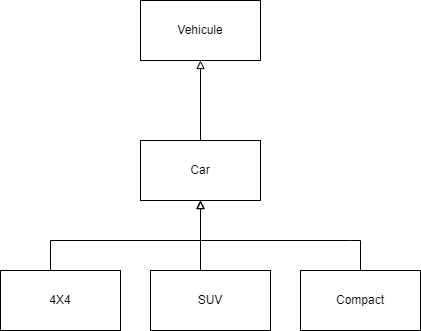
This is creational/factory/diagrams/factory_inheritance.drawio.png from vinceAmstoutz/design-patterns, a draw.io export, as it was before one commit. Source tidied: cells renumbered, new cells last; positions are measured from the earlier drawing's top-left corner, leaving out a move shared by most shapes. Its diagram source:
```xml
<mxGraphModel background="#ffffff">
  <root>
    <mxCell id="0" />
    <mxCell id="1" parent="0" />
    <mxCell id="2" style="edgeStyle=orthogonalEdgeStyle;html=1;endArrow=block;endFill=0;rounded=0;strokeColor=#000000;" parent="1" edge="1" source="6" target="3">
      <mxGeometry relative="1" as="geometry">
        <Array as="points">
          <mxPoint x="200" y="140" />
          <mxPoint x="200" y="140" />
        </Array>
      </mxGeometry>
    </mxCell>
    <mxCell id="3" value="Vehicule" style="whiteSpace=wrap;html=1;" parent="1" vertex="1">
      <mxGeometry x="140" width="120" height="60" as="geometry" />
    </mxCell>
    <mxCell id="4" style="edgeStyle=orthogonalEdgeStyle;shape=connector;rounded=0;html=1;labelBackgroundColor=default;fontFamily=Helvetica;fontSize=11;fontColor=default;endArrow=block;endFill=0;strokeColor=#000000;" parent="1" edge="1" source="7" target="6">
      <mxGeometry relative="1" as="geometry">
        <Array as="points">
          <mxPoint x="50" y="240" />
          <mxPoint x="200" y="240" />
        </Array>
      </mxGeometry>
    </mxCell>
    <mxCell id="5" style="edgeStyle=orthogonalEdgeStyle;shape=connector;rounded=0;html=1;labelBackgroundColor=default;fontFamily=Helvetica;fontSize=11;fontColor=default;endArrow=block;endFill=0;strokeColor=#000000;entryX=0.5;entryY=1;entryDx=0;entryDy=0;exitX=0.5;exitY=0;exitDx=0;exitDy=0;" parent="1" edge="1" source="10" target="6">
      <mxGeometry relative="1" as="geometry">
        <Array as="points">
          <mxPoint x="350" y="240" />
          <mxPoint x="130" y="240" />
        </Array>
      </mxGeometry>
    </mxCell>
    <mxCell id="6" value="Car" style="whiteSpace=wrap;html=1;" parent="1" vertex="1">
      <mxGeometry x="140" y="140" width="120" height="60" as="geometry" />
    </mxCell>
    <mxCell id="7" value="4X4" style="whiteSpace=wrap;html=1;" parent="1" vertex="1">
      <mxGeometry y="270" width="120" height="60" as="geometry" />
    </mxCell>
    <mxCell id="8" style="edgeStyle=orthogonalEdgeStyle;shape=connector;rounded=0;html=1;exitX=0.5;exitY=0;exitDx=0;exitDy=0;entryX=0.5;entryY=1;entryDx=0;entryDy=0;labelBackgroundColor=default;fontFamily=Helvetica;fontSize=11;fontColor=default;endArrow=block;endFill=0;strokeColor=#000000;" parent="1" edge="1" source="9" target="6">
      <mxGeometry relative="1" as="geometry">
        <Array as="points">
          <mxPoint x="200" y="270" />
        </Array>
      </mxGeometry>
    </mxCell>
    <mxCell id="9" value="SUV" style="whiteSpace=wrap;html=1;" parent="1" vertex="1">
      <mxGeometry x="150" y="270" width="120" height="60" as="geometry" />
    </mxCell>
    <mxCell id="10" value="Compact" style="whiteSpace=wrap;html=1;" parent="1" vertex="1">
      <mxGeometry x="300" y="270" width="120" height="60" as="geometry" />
    </mxCell>
  </root>
</mxGraphModel>
```
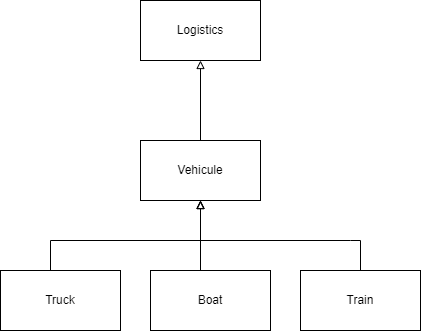
Later version of the same file.

Commit message:
up : class name changed to be more intuitive

What changed in the source:
```diff
@@ -10,7 +10,7 @@
         </Array>
       </mxGeometry>
     </mxCell>
-    <mxCell id="3" value="Vehicule" style="whiteSpace=wrap;html=1;" parent="1" vertex="1">
+    <mxCell id="3" value="Logistics" style="whiteSpace=wrap;html=1;" parent="1" vertex="1">
       <mxGeometry x="140" width="120" height="60" as="geometry" />
     </mxCell>
     <mxCell id="4" style="edgeStyle=orthogonalEdgeStyle;shape=connector;rounded=0;html=1;labelBackgroundColor=default;fontFamily=Helvetica;fontSize=11;fontColor=default;endArrow=block;endFill=0;strokeColor=#000000;" parent="1" edge="1" source="7" target="6">
@@ -29,10 +29,10 @@
         </Array>
       </mxGeometry>
     </mxCell>
-    <mxCell id="6" value="Car" style="whiteSpace=wrap;html=1;" parent="1" vertex="1">
+    <mxCell id="6" value="Vehicule" style="whiteSpace=wrap;html=1;" parent="1" vertex="1">
       <mxGeometry x="140" y="140" width="120" height="60" as="geometry" />
     </mxCell>
-    <mxCell id="7" value="4X4" style="whiteSpace=wrap;html=1;" parent="1" vertex="1">
+    <mxCell id="7" value="Truck" style="whiteSpace=wrap;html=1;" parent="1" vertex="1">
       <mxGeometry y="270" width="120" height="60" as="geometry" />
     </mxCell>
     <mxCell id="8" style="edgeStyle=orthogonalEdgeStyle;shape=connector;rounded=0;html=1;exitX=0.5;exitY=0;exitDx=0;exitDy=0;entryX=0.5;entryY=1;entryDx=0;entryDy=0;labelBackgroundColor=default;fontFamily=Helvetica;fontSize=11;fontColor=default;endArrow=block;endFill=0;strokeColor=#000000;" parent="1" edge="1" source="9" target="6">
@@ -42,10 +42,10 @@
         </Array>
       </mxGeometry>
     </mxCell>
-    <mxCell id="9" value="SUV" style="whiteSpace=wrap;html=1;" parent="1" vertex="1">
+    <mxCell id="9" value="Boat" style="whiteSpace=wrap;html=1;" parent="1" vertex="1">
       <mxGeometry x="150" y="270" width="120" height="60" as="geometry" />
     </mxCell>
-    <mxCell id="10" value="Compact" style="whiteSpace=wrap;html=1;" parent="1" vertex="1">
+    <mxCell id="10" value="Train" style="whiteSpace=wrap;html=1;" parent="1" vertex="1">
       <mxGeometry x="300" y="270" width="120" height="60" as="geometry" />
     </mxCell>
   </root>
```
